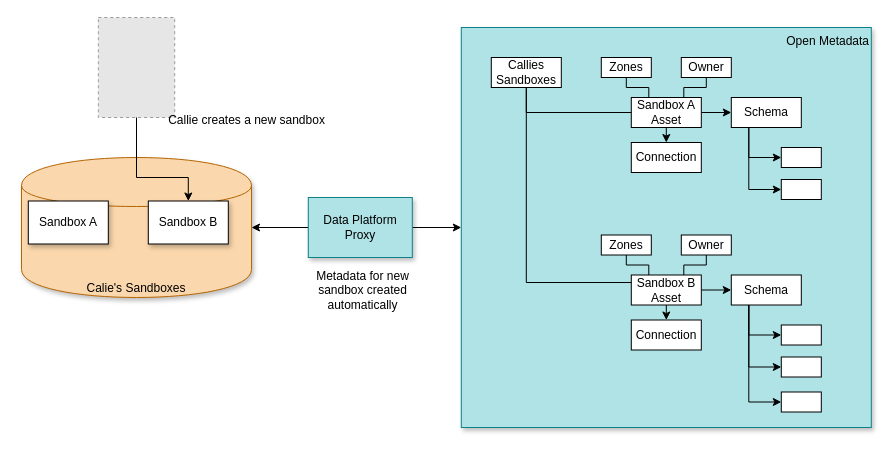
Before: page "Integrated" (6 of 8) of open-metadata-publication/website/cataloging-assets/cataloging-assets.drawio in odpi/egeria, a draw.io diagram. Source tidied: cells renumbered, new cells numbered last; positions are measured from the earlier drawing's top-left corner, leaving out a move shared by most shapes. Both pictures are drawn from the tidied source at 100%, with x=0, y=0 at pixel (21, 17). Pictures stored in the file or linked from it are replaced by grey dashed boxes.
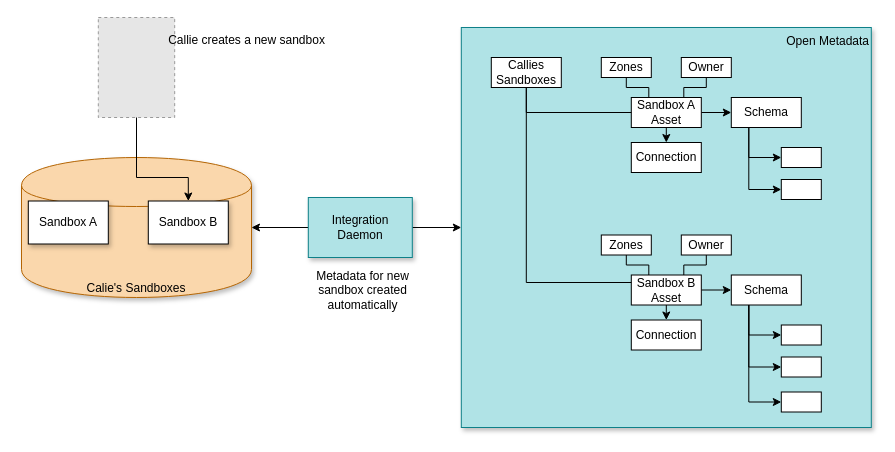
Above is the later version.

The edit, as a diff of the source:
```diff
@@
-    <mxCell id="6" value="Data Platform&lt;br&gt;Proxy" style="rounded=0;whiteSpace=wrap;html=1;fillColor=#b0e3e6;strokeColor=#0e8088;shadow=1;" parent="1" vertex="1">
+    <mxCell id="6" value="Integration&lt;br&gt;Daemon" style="rounded=0;whiteSpace=wrap;html=1;fillColor=#b0e3e6;strokeColor=#0e8088;shadow=1;" parent="1" vertex="1">
       <mxGeometry x="286.8" y="180" width="104" height="60" as="geometry" />
     </mxCell>
@@
     <mxCell id="41" value="&lt;br&gt;Callie creates a new sandbox" style="text;html=1;align=center;verticalAlign=middle;" parent="1" vertex="1">
-      <mxGeometry x="140" y="80" width="170" height="30" as="geometry" />
+      <mxGeometry x="140" width="170" height="30" as="geometry" />
     </mxCell>
```
